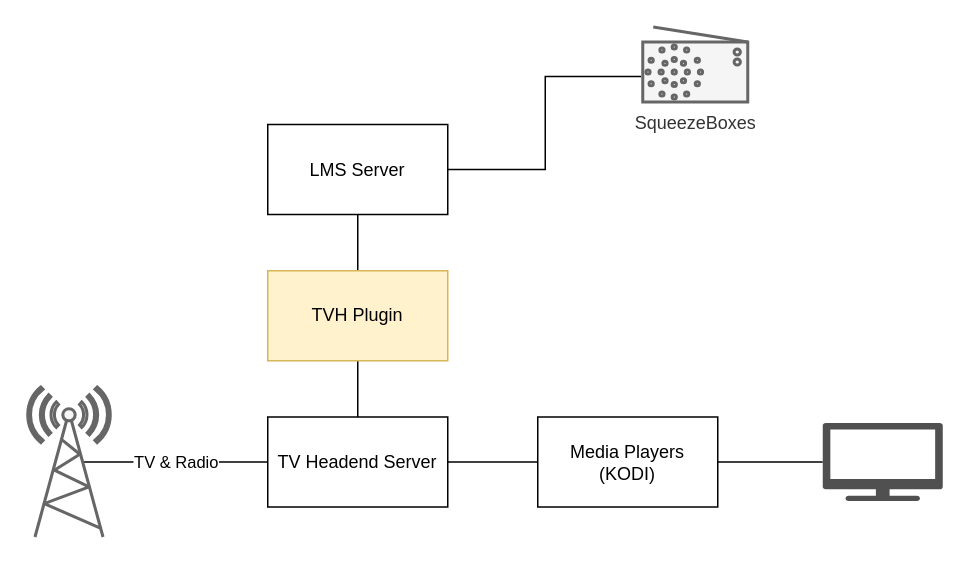
This is resources/lms-tvh-systemdiagram.drawio from codechimp-org/lms-tvh, a draw.io file, before an edit. Source tidied: cells renumbered, new cells numbered last; positions are measured from the earlier drawing's top-left corner, leaving out a move shared by most shapes. Both pictures are drawn from the tidied source at 150%, with x=0, y=0 at pixel (27, 26). Pictures stored in the file or linked from it are replaced by grey dashed boxes.
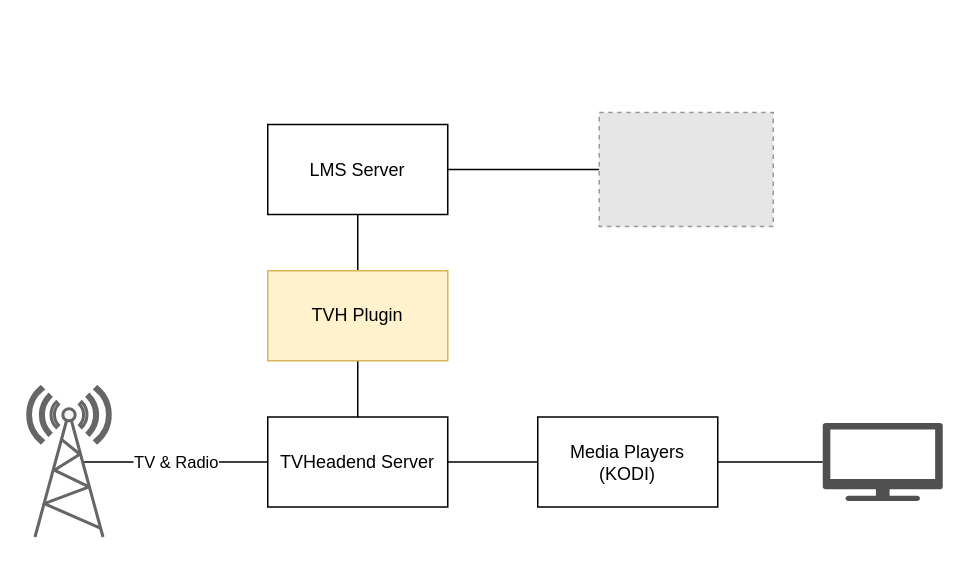
Above is the later version.

Commit message (it also covers changes not shown here):
Update system diagram

Change to the diagram source:
```diff
@@
 <mxGraphModel>
   <root>
     <mxCell id="0" />
     <mxCell id="1" parent="0" />
-    <mxCell id="2" style="edgeStyle=orthogonalEdgeStyle;rounded=0;jettySize=auto;html=1;exitX=1;exitY=0.5;exitDx=0;exitDy=0;entryX=-0.014;entryY=0.66;entryDx=0;entryDy=0;entryPerimeter=0;endArrow=none;endFill=0;" parent="1" edge="1" source="3" target="9">
+    <mxCell id="2" style="edgeStyle=orthogonalEdgeStyle;rounded=0;jettySize=auto;html=1;exitX=1;exitY=0.5;exitDx=0;exitDy=0;entryX=0;entryY=0.5;entryDx=0;entryDy=0;endArrow=none;endFill=0;" parent="1" edge="1" source="3" target="15">
       <mxGeometry relative="1" as="geometry" />
     </mxCell>
     <mxCell id="3" value="LMS Server" style="rounded=0;whiteSpace=wrap;html=1;" parent="1" vertex="1">
       <mxGeometry x="160" y="65.5" width="120" height="60" as="geometry" />
     </mxCell>
     <mxCell id="4" style="edgeStyle=orthogonalEdgeStyle;rounded=0;jettySize=auto;html=1;exitX=1;exitY=0.5;exitDx=0;exitDy=0;endArrow=none;endFill=0;" parent="1" edge="1" source="5" target="7">
       <mxGeometry relative="1" as="geometry" />
     </mxCell>
-    <mxCell id="5" value="TV Headend Server" style="rounded=0;whiteSpace=wrap;html=1;" parent="1" vertex="1">
+    <mxCell id="5" value="TVHeadend Server" style="rounded=0;whiteSpace=wrap;html=1;" parent="1" vertex="1">
       <mxGeometry x="160" y="260.5" width="120" height="60" as="geometry" />
     </mxCell>
     <mxCell id="6" style="edgeStyle=orthogonalEdgeStyle;rounded=0;jettySize=auto;html=1;exitX=1;exitY=0.5;exitDx=0;exitDy=0;endArrow=none;endFill=0;" parent="1" edge="1" source="7" target="8">
       <mxGeometry relative="1" as="geometry" />
     </mxCell>
     <mxCell id="7" value="Media Players&lt;br&gt;(KODI)&lt;br&gt;" style="rounded=0;whiteSpace=wrap;html=1;" parent="1" vertex="1">
       <mxGeometry x="340" y="260.5" width="120" height="60" as="geometry" />
     </mxCell>
     <mxCell id="8" style="shadow=0;dashed=0;html=1;strokeColor=none;fillColor=#505050;labelPosition=center;verticalLabelPosition=bottom;verticalAlign=top;outlineConnect=0;align=center;shape=mxgraph.office.devices.tv;" parent="1" vertex="1">
       <mxGeometry x="530" y="264.5" width="80" height="52" as="geometry" />
     </mxCell>
-    <mxCell id="9" value="SqueezeBoxes" style="html=1;verticalLabelPosition=bottom;align=center;labelBackgroundColor=#ffffff;verticalAlign=top;strokeWidth=2;strokeColor=#666666;fillColor=#f5f5f5;shadow=0;dashed=0;shape=mxgraph.ios7.icons.radio;fontColor=#333333;" parent="1" vertex="1">
-      <mxGeometry x="410" y="0.5" width="70" height="50" as="geometry" />
-    </mxCell>
     <mxCell id="10" value="TV &amp;amp; Radio&lt;br&gt;" style="edgeStyle=orthogonalEdgeStyle;rounded=0;jettySize=auto;html=1;exitX=0.67;exitY=0.5;exitDx=0;exitDy=0;exitPerimeter=0;endArrow=none;endFill=0;" parent="1" edge="1" source="11" target="5">
       <mxGeometry relative="1" as="geometry" />
     </mxCell>
     <mxCell id="11" style="fontColor=#333333;verticalAlign=top;verticalLabelPosition=bottom;labelPosition=center;align=center;html=1;outlineConnect=0;fillColor=#f5f5f5;strokeColor=#666666;gradientDirection=north;strokeWidth=2;shape=mxgraph.networks.radio_tower;" parent="1" vertex="1">
       <mxGeometry y="240.5" width="55" height="100" as="geometry" />
     </mxCell>
     <mxCell id="12" style="edgeStyle=orthogonalEdgeStyle;rounded=0;jettySize=auto;html=1;endArrow=none;endFill=0;" parent="1" edge="1" source="14" target="5">
       <mxGeometry relative="1" as="geometry" />
     </mxCell>
     <mxCell id="13" style="edgeStyle=orthogonalEdgeStyle;rounded=0;jettySize=auto;html=1;startArrow=none;startFill=0;endArrow=none;endFill=0;" parent="1" edge="1" source="14" target="3">
       <mxGeometry relative="1" as="geometry" />
     </mxCell>
     <mxCell id="14" value="TVH Plugin" style="rounded=0;whiteSpace=wrap;html=1;fillColor=#fff2cc;strokeColor=#d6b656;" parent="1" vertex="1">
       <mxGeometry x="160" y="163" width="120" height="60" as="geometry" />
     </mxCell>
+    <mxCell id="15" style="fillColor=#E6E6E6;strokeColor=#999999;dashed=1;verticalLabelPosition=bottom;verticalAlign=top;" parent="1" vertex="1">
+      <mxGeometry x="381" y="57.5" width="116" height="76" as="geometry" />
+    </mxCell>
   </root>
 </mxGraphModel>
```
